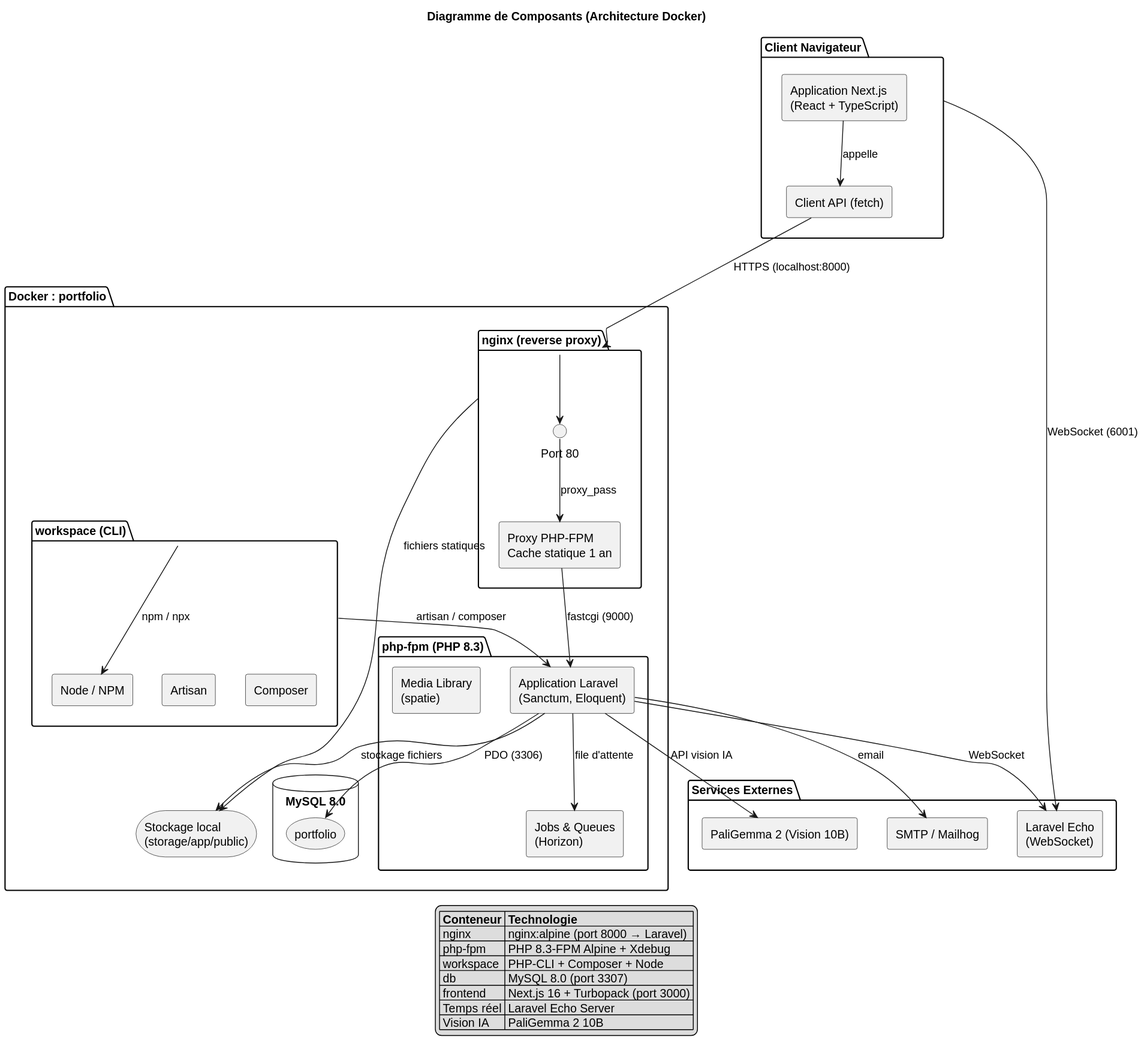
This is uml-svg/architecture/10-component-diagram.svg from GAYENSIS09/baye-mor-gaye, a PlantUML export, as it was before one commit. The source it was exported from:
```plantuml
@startuml
title Diagramme de Composants (Architecture Docker)

skinparam componentStyle rectangle

package "Client Navigateur" as Browser {
  [Application Next.js\n(React + TypeScript)] as NextApp
  [Client API (fetch)] as ClientAPI
}

package "Docker : portfolio" as Docker {
  package "nginx (reverse proxy)" as Nginx {
    () "Port 80" as Port80
    [Proxy PHP-FPM\nCache statique 1 an] as Proxy
  }

  package "php-fpm (PHP 8.3)" as PHP {
    [Application Laravel\n(Sanctum, Eloquent)] as Laravel
    [Jobs & Queues\n(Horizon)] as Jobs
    [Media Library\n(spatie)] as MediaLib
  }

  package "workspace (CLI)" as Workspace {
    [Composer] as Composer
    [Artisan] as Artisan
    [Node / NPM] as Node
  }

  database "MySQL 8.0" as DB {
    storage "portfolio" as MySQL
  }

  storage "Stockage local\n(storage/app/public)" as Storage
}

package "Services Externes" as Ext {
  [SMTP / Mailhog] as Mail
  [PaliGemma 2 (Vision 10B)] as PaliGemma
  [Laravel Echo\n(WebSocket)] as Echo
}

NextApp --> ClientAPI : appelle
ClientAPI --> Nginx : HTTPS (localhost:8000)
Nginx --> Port80
Port80 --> Proxy : proxy_pass
Proxy --> Laravel : fastcgi (9000)
Nginx --> Storage : fichiers statiques

Laravel --> MySQL : PDO (3306)
Laravel --> Storage : stockage fichiers
Laravel --> Jobs : file d'attente
Laravel --> Mail : email
Laravel --> PaliGemma : API vision IA
Laravel --> Echo : WebSocket

Workspace --> Laravel : artisan / composer
Workspace --> Node : npm / npx

Browser --> Echo : WebSocket (6001)

legend bottom
  |= Conteneur |= Technologie |
  | nginx | nginx:alpine (port 8000 → Laravel) |
  | php-fpm | PHP 8.3-FPM Alpine + Xdebug |
  | workspace | PHP-CLI + Composer + Node |
  | db | MySQL 8.0 (port 3307) |
  | frontend | Next.js 16 + Turbopack (port 3000) |
  | Temps réel | Laravel Echo Server |
  | Vision IA | PaliGemma 2 10B |
end legend
@enduml
```
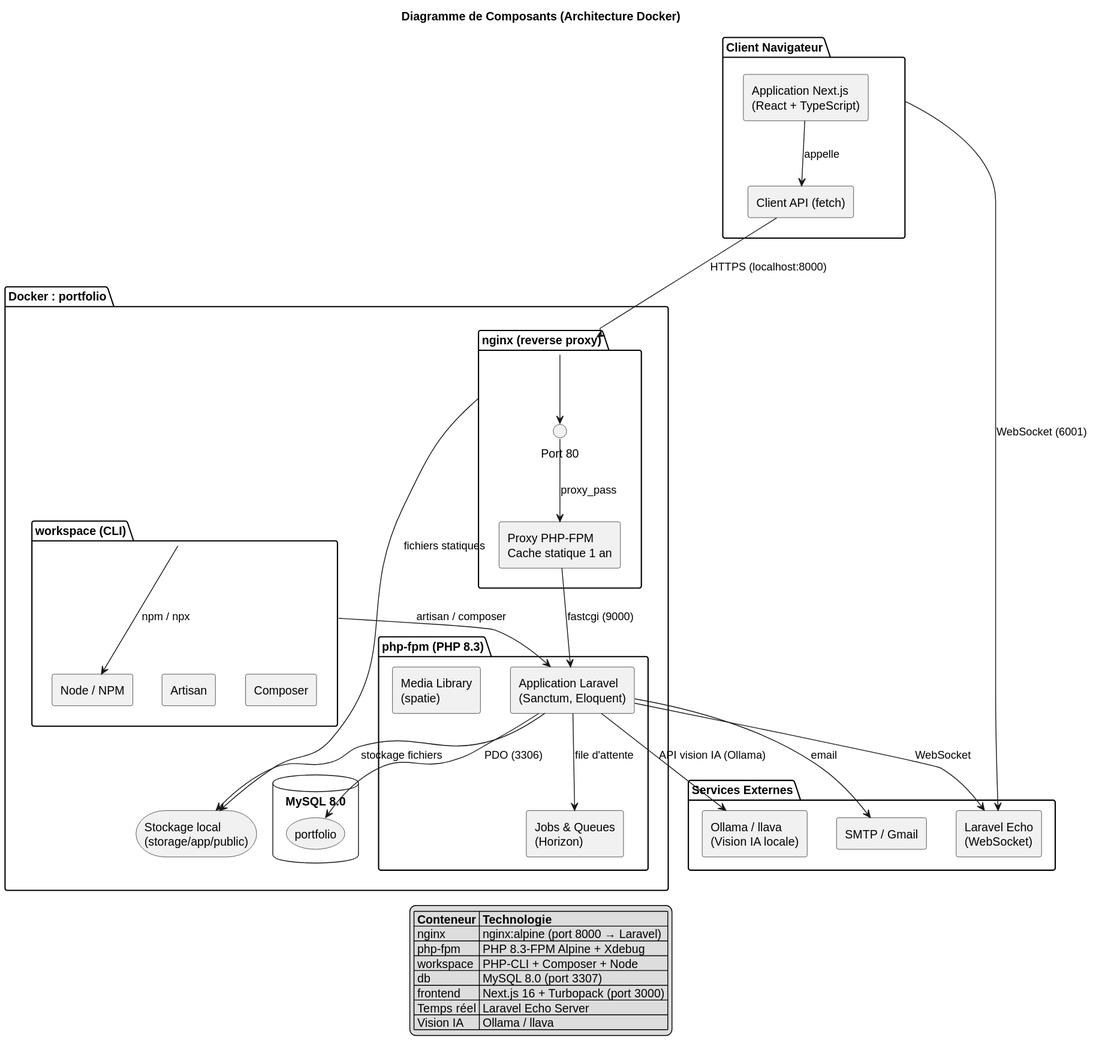
Later version of the same file.

What changed in the source:
```diff
@@ -34,8 +34,8 @@
 }
 
 package "Services Externes" as Ext {
-  [SMTP / Mailhog] as Mail
-  [PaliGemma 2 (Vision 10B)] as PaliGemma
+  [SMTP / Gmail] as Mail
+  [Ollama / llava\n(Vision IA locale)] as Ollama
   [Laravel Echo\n(WebSocket)] as Echo
 }
 
@@ -50,7 +50,7 @@
 Laravel --> Storage : stockage fichiers
 Laravel --> Jobs : file d'attente
 Laravel --> Mail : email
-Laravel --> PaliGemma : API vision IA
+Laravel --> Ollama : API vision IA (Ollama)
 Laravel --> Echo : WebSocket
 
 Workspace --> Laravel : artisan / composer
@@ -66,6 +66,6 @@
   | db | MySQL 8.0 (port 3307) |
   | frontend | Next.js 16 + Turbopack (port 3000) |
   | Temps réel | Laravel Echo Server |
-  | Vision IA | PaliGemma 2 10B |
+  | Vision IA | Ollama / llava |
 end legend
 @enduml
```
